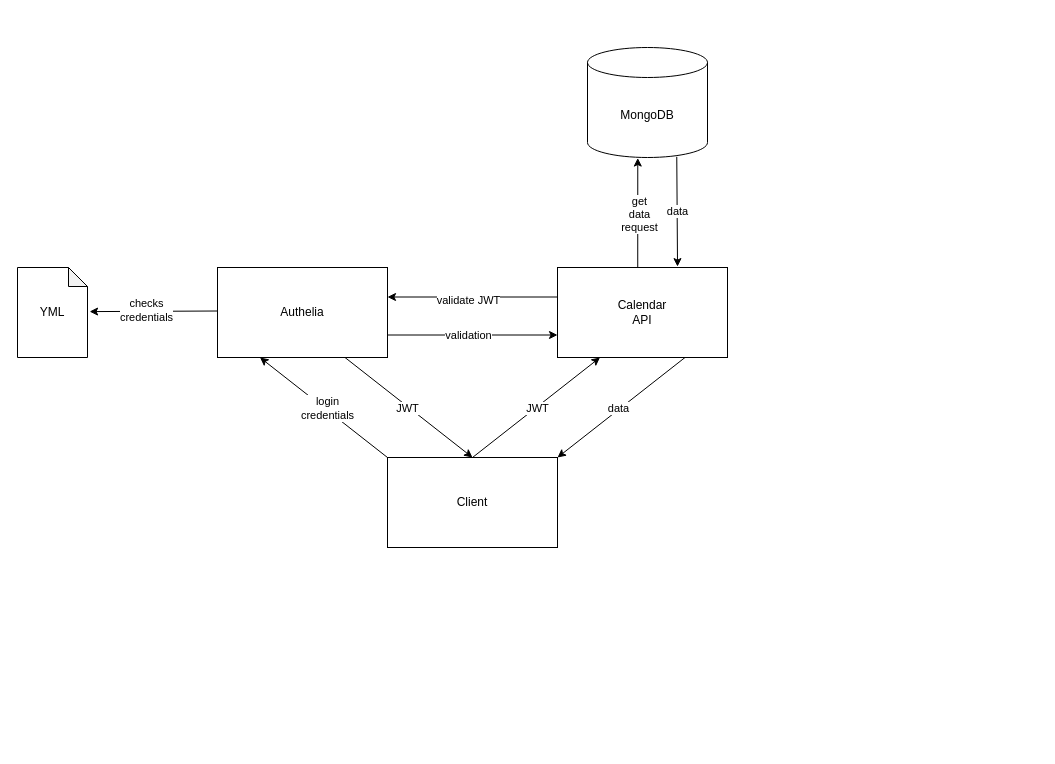
This is docu/diagrams/LectureCalendarComponentDiagram.drawio from mhummel-artiso/lecture-calendar, a draw.io file, before an edit. Source tidied: cells renumbered, new cells numbered last; positions are measured from the earlier drawing's top-left corner, leaving out a move shared by most shapes. Both pictures are drawn from the tidied source at 100%, with x=0, y=0 at pixel (17, 47).
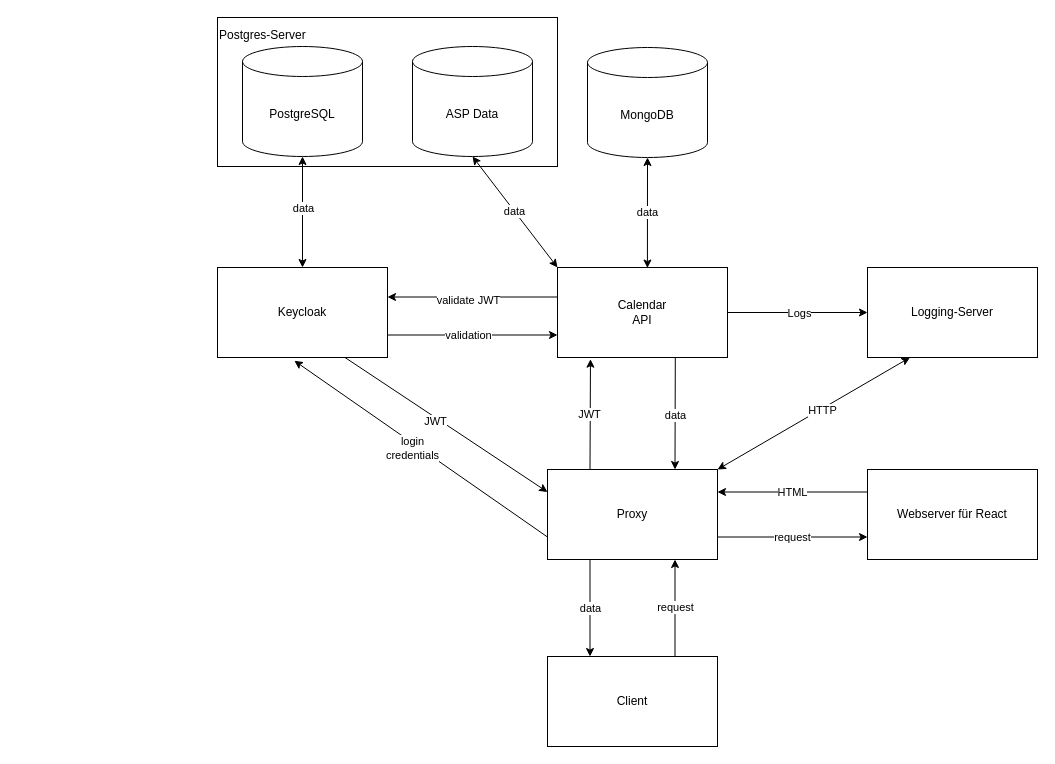
The same page after the edit.

Commit message (it also covers changes not shown here):
Component Diagram updated

The change refers to these unchanged cells:
```xml
<mxCell id="4" value="MongoDB" style="shape=cylinder3;whiteSpace=wrap;html=1;boundedLbl=1;backgroundOutline=1;size=15;" parent="1" vertex="1">
  <mxGeometry x="570" width="120" height="110" as="geometry" />
</mxCell>
<mxCell id="11" value="Calendar&lt;br&gt;API" style="rounded=0;whiteSpace=wrap;html=1;" parent="1" vertex="1">
  <mxGeometry x="540" y="220" width="170" height="90" as="geometry" />
</mxCell>
```

Change to the diagram source:
```diff
@@
+    <mxCell id="25" value="Postgres-Server&lt;br&gt;&lt;br&gt;&lt;br&gt;&lt;br&gt;&lt;br&gt;&lt;br&gt;&lt;br&gt;&lt;br&gt;&lt;br&gt;" style="rounded=0;whiteSpace=wrap;html=1;align=left;" parent="1" vertex="1">
+      <mxGeometry x="200" y="-30" width="340" height="149" as="geometry" />
+    </mxCell>
-    <mxCell id="2" style="edgeStyle=none;shape=connector;rounded=0;jettySize=auto;html=1;exitX=0.744;exitY=0.994;exitDx=0;exitDy=0;exitPerimeter=0;entryX=0.706;entryY=-0.01;entryDx=0;entryDy=0;entryPerimeter=0;labelBackgroundColor=default;strokeColor=default;fontFamily=Helvetica;fontSize=11;fontColor=default;endArrow=classic;" parent="1" edge="1" source="4" target="11">
+    <mxCell id="2" style="edgeStyle=none;shape=connector;rounded=0;jettySize=auto;html=1;labelBackgroundColor=default;strokeColor=default;fontFamily=Helvetica;fontSize=11;fontColor=default;endArrow=classic;startArrow=classic;startFill=1;exitX=0.5;exitY=1;exitDx=0;exitDy=0;exitPerimeter=0;entryX=0.529;entryY=0.006;entryDx=0;entryDy=0;entryPerimeter=0;" parent="1" edge="1" source="4" target="11">
       <mxGeometry relative="1" as="geometry" />
     </mxCell>
@@
-    <mxCell id="7" style="edgeStyle=none;shape=connector;rounded=0;jettySize=auto;html=1;exitX=0.472;exitY=0.001;exitDx=0;exitDy=0;entryX=0.419;entryY=1.005;entryDx=0;entryDy=0;entryPerimeter=0;labelBackgroundColor=default;strokeColor=default;fontFamily=Helvetica;fontSize=11;fontColor=default;endArrow=classic;exitPerimeter=0;" parent="1" edge="1" source="11" target="4">
-      <mxGeometry relative="1" as="geometry" />
-    </mxCell>
-    <mxCell id="8" value="get&lt;br&gt;data&lt;br&gt;request" style="edgeLabel;html=1;align=center;verticalAlign=middle;fontSize=11;fontFamily=Helvetica;fontColor=default;" parent="7" vertex="1">
-      <mxGeometry x="-0.02" y="3" relative="1" as="geometry">
-        <mxPoint x="4" as="offset" />
-      </mxGeometry>
-    </mxCell>
-    <mxCell id="9" style="edgeStyle=none;shape=connector;rounded=0;jettySize=auto;html=1;exitX=0.75;exitY=1;exitDx=0;exitDy=0;entryX=1;entryY=0;entryDx=0;entryDy=0;labelBackgroundColor=default;strokeColor=default;fontFamily=Helvetica;fontSize=11;fontColor=default;endArrow=classic;" parent="1" edge="1" source="11" target="23">
+    <mxCell id="9" style="edgeStyle=none;shape=connector;rounded=0;jettySize=auto;html=1;exitX=0.693;exitY=1.001;exitDx=0;exitDy=0;labelBackgroundColor=default;strokeColor=default;fontFamily=Helvetica;fontSize=11;fontColor=default;endArrow=classic;entryX=0.75;entryY=0;entryDx=0;entryDy=0;exitPerimeter=0;" parent="1" edge="1" source="11" target="23">
       <mxGeometry relative="1" as="geometry" />
     </mxCell>
     <mxCell id="10" value="data" style="edgeLabel;html=1;align=center;verticalAlign=middle;fontSize=11;fontFamily=Helvetica;fontColor=default;" parent="9" vertex="1">
       <mxGeometry y="-1" relative="1" as="geometry">
-        <mxPoint x="-3" y="1" as="offset" />
+        <mxPoint x="1" y="1" as="offset" />
       </mxGeometry>
     </mxCell>
+    <mxCell id="26" style="edgeStyle=none;html=1;exitX=1;exitY=0.5;exitDx=0;exitDy=0;entryX=0;entryY=0.5;entryDx=0;entryDy=0;" parent="1" edge="1" source="11" target="33">
+      <mxGeometry relative="1" as="geometry" />
+    </mxCell>
+    <mxCell id="27" value="Logs" style="edgeLabel;html=1;align=center;verticalAlign=middle;" parent="26" vertex="1">
+      <mxGeometry x="-0.25" y="-1" relative="1" as="geometry">
+        <mxPoint x="18" y="-1" as="offset" />
+      </mxGeometry>
+    </mxCell>
+    <mxCell id="28" value="data" style="edgeStyle=none;html=1;exitX=0;exitY=0;exitDx=0;exitDy=0;entryX=0.5;entryY=1;entryDx=0;entryDy=0;entryPerimeter=0;startArrow=classic;startFill=1;" parent="1" edge="1" source="11" target="39">
+      <mxGeometry relative="1" as="geometry" />
+    </mxCell>
@@
-    <mxCell id="12" style="edgeStyle=none;shape=connector;rounded=0;orthogonalLoop=1;jettySize=auto;html=1;exitX=0;exitY=0.75;exitDx=0;exitDy=0;entryX=1.03;entryY=0.757;entryDx=0;entryDy=0;entryPerimeter=0;labelBackgroundColor=default;strokeColor=default;fontFamily=Helvetica;fontSize=11;fontColor=default;endArrow=classic;" parent="1" edge="1">
-      <mxGeometry relative="1" as="geometry">
-        <mxPoint x="200" y="263.5" as="sourcePoint" />
-        <mxPoint x="72.1" y="264.1" as="targetPoint" />
-      </mxGeometry>
+    <mxCell id="12" style="edgeStyle=none;rounded=0;jettySize=auto;html=1;exitX=0.5;exitY=0;exitDx=0;exitDy=0;labelBackgroundColor=default;strokeColor=default;fontFamily=Helvetica;fontSize=11;fontColor=default;endArrow=classic;entryX=0.5;entryY=1;entryDx=0;entryDy=0;entryPerimeter=0;endFill=1;startArrow=classic;startFill=1;" parent="1" edge="1" source="18" target="34">
+      <mxGeometry relative="1" as="geometry" />
     </mxCell>
-    <mxCell id="13" value="checks&lt;br&gt;credentials" style="edgeLabel;html=1;align=center;verticalAlign=middle;fontSize=11;fontFamily=Helvetica;fontColor=default;" parent="12" vertex="1">
-      <mxGeometry x="0.11" y="-1" relative="1" as="geometry" />
+    <mxCell id="13" value="data" style="edgeLabel;html=1;align=center;verticalAlign=middle;fontSize=11;fontFamily=Helvetica;fontColor=default;" parent="12" vertex="1">
+      <mxGeometry x="0.11" y="-1" relative="1" as="geometry">
+        <mxPoint x="-1" y="2" as="offset" />
+      </mxGeometry>
     </mxCell>
-    <mxCell id="14" style="edgeStyle=none;shape=connector;rounded=0;jettySize=auto;html=1;exitX=0.75;exitY=1;exitDx=0;exitDy=0;entryX=0.5;entryY=0;entryDx=0;entryDy=0;labelBackgroundColor=default;strokeColor=default;fontFamily=Helvetica;fontSize=11;fontColor=default;endArrow=classic;" parent="1" edge="1" source="18" target="23">
+    <mxCell id="14" style="edgeStyle=none;shape=connector;rounded=0;jettySize=auto;html=1;exitX=0.75;exitY=1;exitDx=0;exitDy=0;labelBackgroundColor=default;strokeColor=default;fontFamily=Helvetica;fontSize=11;fontColor=default;endArrow=classic;entryX=0;entryY=0.25;entryDx=0;entryDy=0;" parent="1" edge="1" source="18" target="23">
       <mxGeometry relative="1" as="geometry" />
     </mxCell>
@@
-    <mxCell id="18" value="Authelia" style="rounded=0;whiteSpace=wrap;html=1;" parent="1" vertex="1">
+    <mxCell id="18" value="Keycloak" style="rounded=0;whiteSpace=wrap;html=1;" parent="1" vertex="1">
       <mxGeometry x="200" y="220" width="170" height="90" as="geometry" />
     </mxCell>
-    <mxCell id="19" style="rounded=0;jettySize=auto;html=1;exitX=0;exitY=0;exitDx=0;exitDy=0;entryX=0.25;entryY=1;entryDx=0;entryDy=0;" parent="1" edge="1" source="23" target="18">
+    <mxCell id="19" style="rounded=0;jettySize=auto;html=1;entryX=0.452;entryY=1.036;entryDx=0;entryDy=0;exitX=0;exitY=0.75;exitDx=0;exitDy=0;entryPerimeter=0;" parent="1" edge="1" source="23" target="18">
       <mxGeometry relative="1" as="geometry" />
     </mxCell>
     <mxCell id="20" value="login&lt;br&gt;credentials" style="edgeLabel;html=1;align=center;verticalAlign=middle;fontSize=11;fontFamily=Helvetica;fontColor=default;" parent="19" vertex="1">
       <mxGeometry x="0.03" y="-2" relative="1" as="geometry">
-        <mxPoint x="4" y="3" as="offset" />
+        <mxPoint x="-6" y="3" as="offset" />
       </mxGeometry>
     </mxCell>
-    <mxCell id="21" style="edgeStyle=none;shape=connector;rounded=0;jettySize=auto;html=1;exitX=0.5;exitY=0;exitDx=0;exitDy=0;entryX=0.25;entryY=1;entryDx=0;entryDy=0;labelBackgroundColor=default;strokeColor=default;fontFamily=Helvetica;fontSize=11;fontColor=default;endArrow=classic;" parent="1" edge="1" source="23" target="11">
+    <mxCell id="21" style="edgeStyle=none;shape=connector;rounded=0;jettySize=auto;html=1;entryX=0.194;entryY=1.019;entryDx=0;entryDy=0;labelBackgroundColor=default;strokeColor=default;fontFamily=Helvetica;fontSize=11;fontColor=default;endArrow=classic;entryPerimeter=0;exitX=0.25;exitY=0;exitDx=0;exitDy=0;" parent="1" edge="1" source="23" target="11">
       <mxGeometry relative="1" as="geometry" />
     </mxCell>
     <mxCell id="22" value="JWT" style="edgeLabel;html=1;align=center;verticalAlign=middle;fontSize=11;fontFamily=Helvetica;fontColor=default;" parent="21" vertex="1">
       <mxGeometry x="0.14" y="1" relative="1" as="geometry">
-        <mxPoint x="-7" y="8" as="offset" />
+        <mxPoint y="8" as="offset" />
       </mxGeometry>
     </mxCell>
+    <mxCell id="29" value="data" style="edgeStyle=none;html=1;exitX=0.25;exitY=1;exitDx=0;exitDy=0;entryX=0.25;entryY=0;entryDx=0;entryDy=0;" parent="1" edge="1" source="23" target="36">
+      <mxGeometry relative="1" as="geometry" />
+    </mxCell>
+    <mxCell id="30" value="request" style="edgeStyle=none;html=1;exitX=1;exitY=0.75;exitDx=0;exitDy=0;entryX=0;entryY=0.75;entryDx=0;entryDy=0;" parent="1" edge="1" source="23" target="38">
+      <mxGeometry relative="1" as="geometry" />
+    </mxCell>
-    <mxCell id="23" value="Client" style="rounded=0;whiteSpace=wrap;html=1;" parent="1" vertex="1">
-      <mxGeometry x="370" y="410" width="170" height="90" as="geometry" />
+    <mxCell id="23" value="Proxy" style="rounded=0;whiteSpace=wrap;html=1;" parent="1" vertex="1">
+      <mxGeometry x="530" y="422" width="170" height="90" as="geometry" />
     </mxCell>
-    <mxCell id="24" value="YML" style="shape=note;whiteSpace=wrap;html=1;backgroundOutline=1;darkOpacity=0.05;size=19;" parent="1" vertex="1">
-      <mxGeometry y="220" width="70" height="90" as="geometry" />
-    </mxCell>
+    <mxCell id="31" style="edgeStyle=none;html=1;exitX=0.25;exitY=1;exitDx=0;exitDy=0;startArrow=classic;startFill=1;endArrow=classic;endFill=1;entryX=1;entryY=0;entryDx=0;entryDy=0;" parent="1" edge="1" source="33" target="23">
+      <mxGeometry relative="1" as="geometry" />
+    </mxCell>
+    <mxCell id="32" value="HTTP" style="edgeLabel;html=1;align=center;verticalAlign=middle;" parent="31" vertex="1">
+      <mxGeometry x="-0.08" y="1" relative="1" as="geometry" />
+    </mxCell>
+    <mxCell id="33" value="Logging-Server" style="rounded=0;whiteSpace=wrap;html=1;" parent="1" vertex="1">
+      <mxGeometry x="850" y="220" width="170" height="90" as="geometry" />
+    </mxCell>
+    <mxCell id="34" value="PostgreSQL" style="shape=cylinder3;whiteSpace=wrap;html=1;boundedLbl=1;backgroundOutline=1;size=15;" parent="1" vertex="1">
+      <mxGeometry x="225" y="-1" width="120" height="110" as="geometry" />
+    </mxCell>
+    <mxCell id="35" value="request" style="edgeStyle=none;html=1;exitX=0.75;exitY=0;exitDx=0;exitDy=0;entryX=0.75;entryY=1;entryDx=0;entryDy=0;" parent="1" edge="1" source="36" target="23">
+      <mxGeometry relative="1" as="geometry" />
+    </mxCell>
+    <mxCell id="36" value="Client" style="rounded=0;whiteSpace=wrap;html=1;" parent="1" vertex="1">
+      <mxGeometry x="530" y="609" width="170" height="90" as="geometry" />
+    </mxCell>
+    <mxCell id="37" value="HTML" style="edgeStyle=none;html=1;exitX=0;exitY=0.25;exitDx=0;exitDy=0;entryX=1;entryY=0.25;entryDx=0;entryDy=0;" parent="1" edge="1" source="38" target="23">
+      <mxGeometry relative="1" as="geometry" />
+    </mxCell>
+    <mxCell id="38" value="Webserver für React" style="rounded=0;whiteSpace=wrap;html=1;" parent="1" vertex="1">
+      <mxGeometry x="850" y="422" width="170" height="90" as="geometry" />
+    </mxCell>
+    <mxCell id="39" value="ASP Data" style="shape=cylinder3;whiteSpace=wrap;html=1;boundedLbl=1;backgroundOutline=1;size=15;" parent="1" vertex="1">
+      <mxGeometry x="395" y="-1" width="120" height="110" as="geometry" />
+    </mxCell>
```
